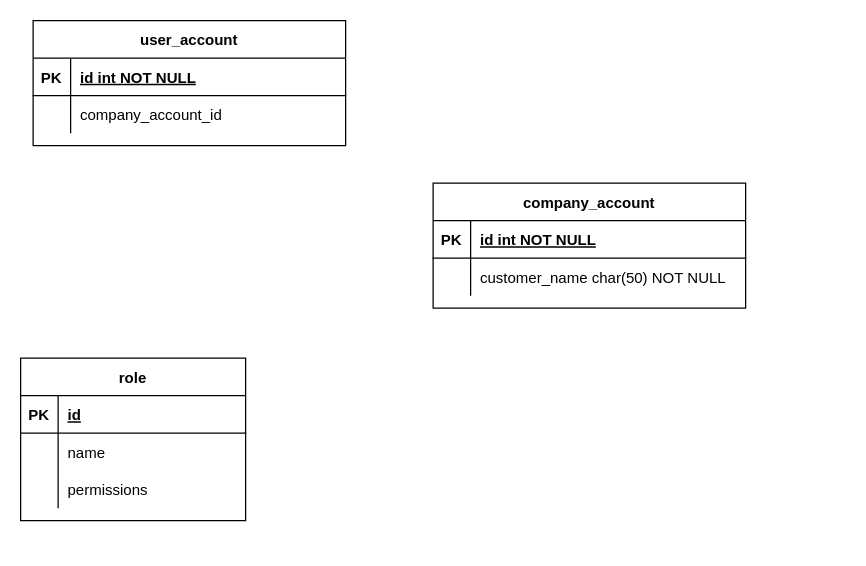
Earlier version of the draw.io diagram UM.drawio (lyndon-trash/presentation-oauth2). Source tidied: cells renumbered, new cells numbered last; positions are measured from the earlier drawing's top-left corner, leaving out a move shared by most shapes. Both pictures are drawn from the tidied source at 125%, with x=0, y=0 at pixel (20, 20).
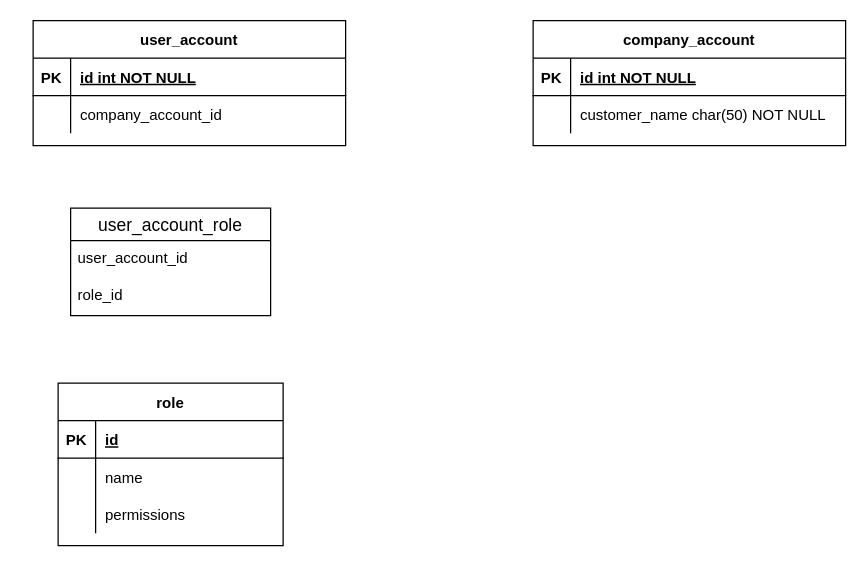
Above is the later version.

Diff of the diagram source:
```diff
@@
     <mxCell id="9" value="role" style="shape=table;startSize=30;childLayout=tableLayout;rowLines=0;fontStyle=1;align=center;" parent="1" vertex="1">
-      <mxGeometry y="270" width="180" height="130" as="geometry" />
+      <mxGeometry x="30" y="290" width="180" height="130" as="geometry" />
     </mxCell>
@@
     <mxCell id="19" value="company_account" style="shape=table;startSize=30;childLayout=tableLayout;rowLines=0;fontStyle=1;align=center;" parent="1" vertex="1">
-      <mxGeometry x="330" y="130" width="250" height="100" as="geometry" />
+      <mxGeometry x="410" width="250" height="100" as="geometry" />
     </mxCell>
@@
+    <mxCell id="26" value="user_account_role" style="swimlane;fontStyle=0;horizontal=1;startSize=26;align=center;fontSize=14;" parent="1" vertex="1">
+      <mxGeometry x="40" y="150" width="160" height="86" as="geometry" />
+    </mxCell>
+    <mxCell id="27" value="user_account_id" style="text;strokeColor=none;fillColor=none;spacingLeft=4;spacingRight=4;overflow=hidden;fontSize=12;" parent="26" vertex="1">
+      <mxGeometry y="26" width="160" height="30" as="geometry" />
+    </mxCell>
+    <mxCell id="28" value="role_id" style="text;strokeColor=none;fillColor=none;spacingLeft=4;spacingRight=4;overflow=hidden;fontSize=12;" parent="26" vertex="1">
+      <mxGeometry y="56" width="160" height="30" as="geometry" />
+    </mxCell>
```
